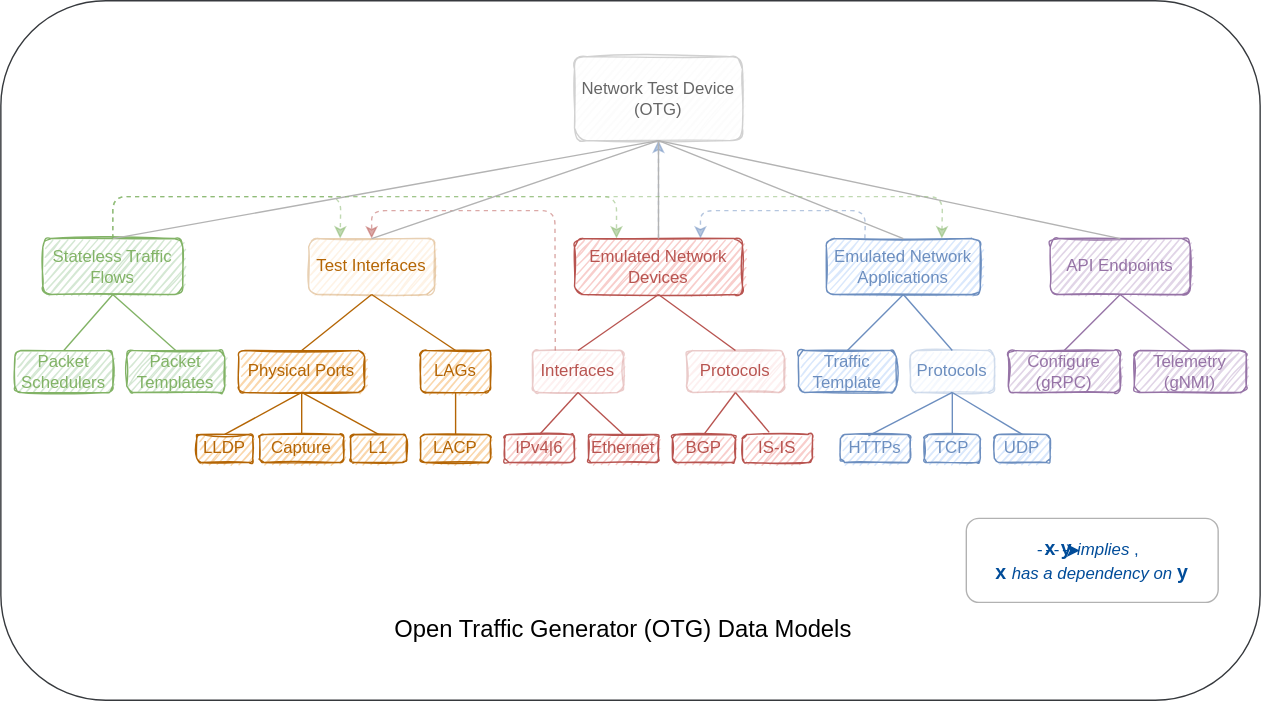
Earlier version of the draw.io export docs/overview.drawio.svg (open-traffic-generator/models). Source tidied: cells renumbered, new cells last; positions are measured from the earlier drawing's top-left corner, leaving out a move shared by most shapes.
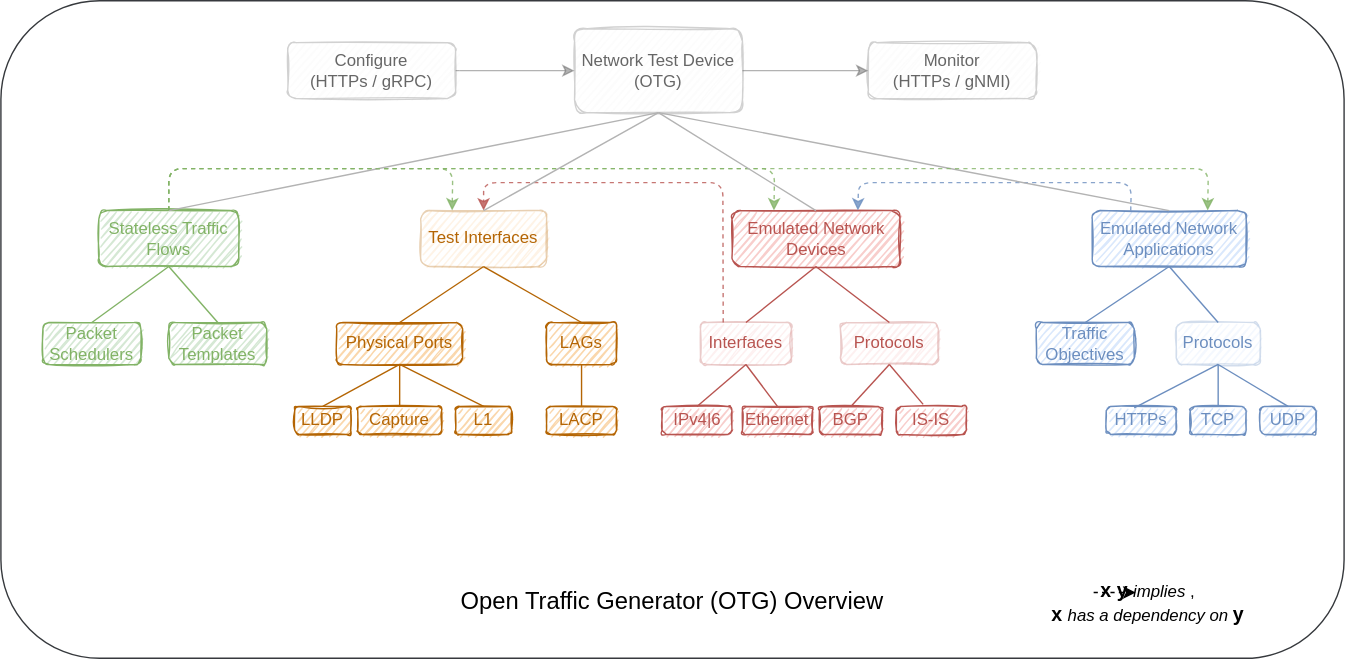
After the commit.

Commit message:
removed API endpoints

Diff of the diagram source:
```diff
@@ -5,46 +5,31 @@
     <mxCell id="2" style="rounded=1;whiteSpace=wrap;html=1;fillColor=#FFFFFF;strokeColor=#36393d;" parent="1" vertex="1">
-      <mxGeometry width="900" height="500" as="geometry" />
+      <mxGeometry x="-20" y="20" width="960" height="470" as="geometry" />
     </mxCell>
     <mxCell id="3" value="&lt;font color=&quot;#666666&quot;&gt;Network Test Device (OTG)&lt;/font&gt;" style="rounded=1;whiteSpace=wrap;html=1;fillColor=#f5f5f5;strokeColor=#666666;sketch=1;fontColor=#333333;opacity=30;" parent="1" vertex="1">
-      <mxGeometry x="410" y="40" width="120" height="60" as="geometry" />
+      <mxGeometry x="390" y="40" width="120" height="60" as="geometry" />
     </mxCell>
     <mxCell id="4" value="&lt;font color=&quot;#b46504&quot;&gt;Physical Ports&lt;br&gt;&lt;/font&gt;" style="rounded=1;whiteSpace=wrap;html=1;fillColor=#fad7ac;strokeColor=#b46504;sketch=1;" parent="1" vertex="1">
-      <mxGeometry x="170" y="250" width="90" height="30" as="geometry" />
+      <mxGeometry x="220" y="250" width="90" height="30" as="geometry" />
     </mxCell>
     <mxCell id="5" value="&lt;font color=&quot;#b46504&quot;&gt;LAGs&lt;/font&gt;" style="rounded=1;whiteSpace=wrap;html=1;fillColor=#fad7ac;strokeColor=#b46504;sketch=1;" parent="1" vertex="1">
-      <mxGeometry x="300" y="250" width="50" height="30" as="geometry" />
+      <mxGeometry x="370" y="250" width="50" height="30" as="geometry" />
     </mxCell>
-    <mxCell id="6" style="edgeStyle=none;html=1;dashed=1;fontSize=12;fontColor=#999999;strokeColor=#6C8EBF;opacity=50;" parent="1" edge="1" source="7" target="3">
-      <mxGeometry relative="1" as="geometry" />
-    </mxCell>
     <mxCell id="7" value="&lt;font color=&quot;#b85450&quot;&gt;Emulated Network Devices&lt;/font&gt;" style="rounded=1;whiteSpace=wrap;html=1;fillColor=#f8cecc;strokeColor=#b85450;sketch=1;" parent="1" vertex="1">
-      <mxGeometry x="410" y="170" width="120" height="40" as="geometry" />
+      <mxGeometry x="502.5" y="170" width="120" height="40" as="geometry" />
     </mxCell>
-    <mxCell id="8" value="&lt;font color=&quot;#9673a6&quot;&gt;API Endpoints&lt;/font&gt;" style="rounded=1;whiteSpace=wrap;html=1;fillColor=#e1d5e7;strokeColor=#9673a6;sketch=1;" parent="1" vertex="1">
-      <mxGeometry x="750" y="170" width="100" height="40" as="geometry" />
-    </mxCell>
     <mxCell id="9" value="&lt;font color=&quot;#b46504&quot;&gt;LLDP&lt;/font&gt;" style="rounded=1;whiteSpace=wrap;html=1;fillColor=#fad7ac;strokeColor=#b46504;sketch=1;" parent="1" vertex="1">
-      <mxGeometry x="140" y="310" width="40" height="20" as="geometry" />
+      <mxGeometry x="190" y="310" width="40" height="20" as="geometry" />
     </mxCell>
     <mxCell id="10" value="&lt;font color=&quot;#b46504&quot;&gt;LACP&lt;/font&gt;" style="rounded=1;whiteSpace=wrap;html=1;fillColor=#fad7ac;strokeColor=#b46504;sketch=1;" parent="1" vertex="1">
-      <mxGeometry x="300" y="310" width="50" height="20" as="geometry" />
+      <mxGeometry x="370" y="310" width="50" height="20" as="geometry" />
     </mxCell>
-    <mxCell id="11" value="&lt;font color=&quot;#9673a6&quot;&gt;Configure&lt;br&gt;(gRPC)&lt;/font&gt;" style="rounded=1;whiteSpace=wrap;html=1;fillColor=#e1d5e7;strokeColor=#9673a6;sketch=1;" parent="1" vertex="1">
-      <mxGeometry x="720" y="250" width="80" height="30" as="geometry" />
-    </mxCell>
-    <mxCell id="12" value="&lt;font color=&quot;#9673a6&quot;&gt;Telemetry&lt;br&gt;(gNMI)&lt;/font&gt;" style="rounded=1;whiteSpace=wrap;html=1;fillColor=#e1d5e7;strokeColor=#9673a6;sketch=1;" parent="1" vertex="1">
-      <mxGeometry x="810" y="250" width="80" height="30" as="geometry" />
-    </mxCell>
     <mxCell id="13" value="&lt;font color=&quot;#b85450&quot;&gt;Interfaces&lt;/font&gt;" style="rounded=1;whiteSpace=wrap;html=1;fillColor=#f8cecc;strokeColor=#b85450;sketch=1;opacity=30;" parent="1" vertex="1">
-      <mxGeometry x="380" y="250" width="65" height="30" as="geometry" />
+      <mxGeometry x="480" y="250" width="65" height="30" as="geometry" />
     </mxCell>
     <mxCell id="14" value="&lt;font color=&quot;#b85450&quot;&gt;Protocols&lt;/font&gt;" style="rounded=1;whiteSpace=wrap;html=1;fillColor=#f8cecc;strokeColor=#b85450;sketch=1;opacity=30;" parent="1" vertex="1">
-      <mxGeometry x="490" y="250" width="70" height="30" as="geometry" />
+      <mxGeometry x="580" y="250" width="70" height="30" as="geometry" />
     </mxCell>
     <mxCell id="15" value="&lt;font color=&quot;#82b366&quot;&gt;Stateless Traffic&lt;br&gt;Flows&lt;br&gt;&lt;/font&gt;" style="rounded=1;whiteSpace=wrap;html=1;fillColor=#d5e8d4;strokeColor=#82b366;sketch=1;" parent="1" vertex="1">
-      <mxGeometry x="30" y="170" width="100" height="40" as="geometry" />
+      <mxGeometry x="50" y="170" width="100" height="40" as="geometry" />
     </mxCell>
-    <mxCell id="16" style="endArrow=none;html=1;fontColor=#82B366;strokeColor=#B3B3B3;entryX=0.5;entryY=1;entryDx=0;entryDy=0;exitX=0.5;exitY=0;exitDx=0;exitDy=0;" parent="1" edge="1" source="7" target="3">
-      <mxGeometry relative="1" as="geometry" />
-    </mxCell>
     <mxCell id="17" style="endArrow=none;html=1;fontColor=#82B366;strokeColor=#B46504;entryX=0.5;entryY=1;entryDx=0;entryDy=0;exitX=0.5;exitY=0;exitDx=0;exitDy=0;" parent="1" edge="1" source="9" target="4">
@@ -58,8 +43,2 @@
     </mxCell>
-    <mxCell id="20" style="endArrow=none;html=1;fontColor=#82B366;strokeColor=#9673A6;entryX=0.5;entryY=1;entryDx=0;entryDy=0;exitX=0.5;exitY=0;exitDx=0;exitDy=0;" parent="1" edge="1" source="11" target="8">
-      <mxGeometry relative="1" as="geometry" />
-    </mxCell>
-    <mxCell id="21" style="endArrow=none;html=1;fontColor=#82B366;strokeColor=#9673A6;entryX=0.5;entryY=1;entryDx=0;entryDy=0;exitX=0.5;exitY=0;exitDx=0;exitDy=0;" parent="1" edge="1" source="12" target="8">
-      <mxGeometry relative="1" as="geometry" />
-    </mxCell>
     <mxCell id="22" style="endArrow=none;html=1;fontColor=#82B366;strokeColor=#B46504;entryX=0.5;entryY=1;entryDx=0;entryDy=0;exitX=0.5;exitY=0;exitDx=0;exitDy=0;" parent="1" edge="1" source="10" target="5">
@@ -68,6 +47,6 @@
     <mxCell id="23" value="&lt;font color=&quot;#b85450&quot;&gt;BGP&lt;/font&gt;" style="rounded=1;whiteSpace=wrap;html=1;fillColor=#f8cecc;strokeColor=#b85450;sketch=1;" parent="1" vertex="1">
-      <mxGeometry x="480" y="310" width="45" height="20" as="geometry" />
+      <mxGeometry x="565" y="310" width="45" height="20" as="geometry" />
     </mxCell>
     <mxCell id="24" value="&lt;font color=&quot;#b85450&quot;&gt;IS-IS&lt;/font&gt;" style="rounded=1;whiteSpace=wrap;html=1;fillColor=#f8cecc;strokeColor=#b85450;sketch=1;" parent="1" vertex="1">
-      <mxGeometry x="530" y="310" width="50" height="20" as="geometry" />
+      <mxGeometry x="620" y="310" width="50" height="20" as="geometry" />
     </mxCell>
@@ -79,10 +58,10 @@
     </mxCell>
-    <mxCell id="27" value="&lt;font color=&quot;#000000&quot; style=&quot;font-size: 17px&quot;&gt;Open Traffic Generator (OTG) Data Models&lt;/font&gt;" style="text;html=1;strokeColor=none;fillColor=none;align=center;verticalAlign=middle;whiteSpace=wrap;rounded=0;fontColor=#82B366;" parent="1" vertex="1">
-      <mxGeometry x="280" y="420" width="330" height="60" as="geometry" />
+    <mxCell id="27" value="&lt;font color=&quot;#000000&quot; style=&quot;font-size: 17px&quot;&gt;Open Traffic Generator (OTG) Overview&lt;/font&gt;" style="text;html=1;strokeColor=none;fillColor=none;align=center;verticalAlign=middle;whiteSpace=wrap;rounded=0;fontColor=#82B366;" parent="1" vertex="1">
+      <mxGeometry x="295" y="420" width="330" height="60" as="geometry" />
     </mxCell>
-    <mxCell id="28" style="endArrow=classic;html=1;strokeColor=#82B366;dashed=1;entryX=0.25;entryY=0;entryDx=0;entryDy=0;opacity=50;exitX=0.5;exitY=0;exitDx=0;exitDy=0;" parent="1" edge="1" source="15" target="7">
+    <mxCell id="28" style="endArrow=classic;html=1;strokeColor=#82B366;dashed=1;entryX=0.25;entryY=0;entryDx=0;entryDy=0;opacity=80;exitX=0.5;exitY=0;exitDx=0;exitDy=0;" parent="1" edge="1" source="15" target="7">
       <mxGeometry relative="1" as="geometry">
         <Array as="points">
-          <mxPoint x="80" y="140" />
-          <mxPoint x="440" y="140" />
+          <mxPoint x="100" y="140" />
+          <mxPoint x="533" y="140" />
         </Array>
@@ -91,12 +70,12 @@
     <mxCell id="29" value="&lt;font color=&quot;#b46504&quot;&gt;L1&lt;/font&gt;" style="rounded=1;whiteSpace=wrap;html=1;fillColor=#fad7ac;strokeColor=#b46504;sketch=1;" parent="1" vertex="1">
-      <mxGeometry x="250" y="310" width="40" height="20" as="geometry" />
+      <mxGeometry x="305" y="310" width="40" height="20" as="geometry" />
     </mxCell>
     <mxCell id="30" value="&lt;font color=&quot;#6c8ebf&quot;&gt;Emulated Network&lt;br&gt;Applications&lt;br&gt;&lt;/font&gt;" style="rounded=1;whiteSpace=wrap;html=1;fillColor=#dae8fc;strokeColor=#6c8ebf;sketch=1;" parent="1" vertex="1">
-      <mxGeometry x="590" y="170" width="110" height="40" as="geometry" />
+      <mxGeometry x="760" y="170" width="110" height="40" as="geometry" />
     </mxCell>
-    <mxCell id="31" style="endArrow=classic;html=1;exitX=0.25;exitY=0;exitDx=0;exitDy=0;strokeColor=#6C8EBF;dashed=1;entryX=0.75;entryY=0;entryDx=0;entryDy=0;opacity=50;" parent="1" edge="1" source="30" target="7">
+    <mxCell id="31" style="endArrow=classic;html=1;exitX=0.25;exitY=0;exitDx=0;exitDy=0;strokeColor=#6C8EBF;dashed=1;entryX=0.75;entryY=0;entryDx=0;entryDy=0;opacity=80;" parent="1" edge="1" source="30" target="7">
       <mxGeometry relative="1" as="geometry">
         <Array as="points">
-          <mxPoint x="618" y="150" />
-          <mxPoint x="500" y="150" />
+          <mxPoint x="788" y="150" />
+          <mxPoint x="593" y="150" />
         </Array>
@@ -107,7 +86,7 @@
     </mxCell>
-    <mxCell id="33" style="endArrow=classic;html=1;entryX=0.5;entryY=0;entryDx=0;entryDy=0;exitX=0.25;exitY=0;exitDx=0;exitDy=0;strokeColor=#B85450;dashed=1;opacity=50;" parent="1" edge="1" source="13" target="34">
+    <mxCell id="33" style="endArrow=classic;html=1;entryX=0.5;entryY=0;entryDx=0;entryDy=0;exitX=0.25;exitY=0;exitDx=0;exitDy=0;strokeColor=#B85450;dashed=1;opacity=80;" parent="1" edge="1" source="13" target="34">
       <mxGeometry relative="1" as="geometry">
         <Array as="points">
-          <mxPoint x="396" y="150" />
-          <mxPoint x="265" y="150" />
+          <mxPoint x="496" y="150" />
+          <mxPoint x="325" y="150" />
         </Array>
@@ -116,3 +95,3 @@
     <mxCell id="34" value="&lt;font color=&quot;#b46504&quot;&gt;Test Interfaces&lt;br&gt;&lt;/font&gt;" style="rounded=1;whiteSpace=wrap;html=1;fillColor=#fad7ac;strokeColor=#b46504;sketch=1;opacity=30;" parent="1" vertex="1">
-      <mxGeometry x="220" y="170" width="90" height="40" as="geometry" />
+      <mxGeometry x="280" y="170" width="90" height="40" as="geometry" />
     </mxCell>
@@ -124,9 +103,9 @@
     </mxCell>
-    <mxCell id="37" value="&lt;font color=&quot;#004c99&quot;&gt;&lt;b style=&quot;font-size: 14px&quot;&gt;&lt;font style=&quot;font-size: 14px&quot;&gt;x&lt;/font&gt;&lt;span style=&quot;font-size: 13px&quot;&gt;&amp;nbsp; &amp;nbsp; &amp;nbsp; &amp;nbsp; &amp;nbsp; &amp;nbsp; &lt;/span&gt;&lt;font style=&quot;font-size: 14px&quot;&gt;y &lt;/font&gt;&lt;/b&gt;&lt;font style=&quot;font-size: 12px&quot;&gt;&lt;i&gt;implies&lt;/i&gt;,&lt;/font&gt;&lt;/font&gt;&lt;font color=&quot;#004c99&quot;&gt;&lt;span style=&quot;font-size: 14px&quot;&gt;&amp;nbsp;&lt;/span&gt;&lt;br&gt;&lt;b style=&quot;font-size: 14px&quot;&gt;x&lt;/b&gt; &lt;font style=&quot;font-style: italic ; font-size: 12px&quot;&gt;has a dependency on&lt;/font&gt; &lt;b style=&quot;font-size: 14px&quot;&gt;&lt;font style=&quot;font-size: 14px&quot;&gt;y&lt;/font&gt;&lt;/b&gt;&lt;/font&gt;" style="rounded=1;whiteSpace=wrap;html=1;opacity=30;fillColor=none;" parent="1" vertex="1">
-      <mxGeometry x="690" y="370" width="180" height="60" as="geometry" />
+    <mxCell id="37" value="&lt;font color=&quot;#000000&quot;&gt;&lt;b&gt;&lt;font style=&quot;font-size: 14px&quot;&gt;x&lt;/font&gt;&lt;font style=&quot;font-size: 13px&quot;&gt;&amp;nbsp; &amp;nbsp; &amp;nbsp; &amp;nbsp; &amp;nbsp; &amp;nbsp;&amp;nbsp;&lt;/font&gt;&lt;font style=&quot;font-size: 14px&quot;&gt;y &lt;/font&gt;&lt;/b&gt;&lt;font style=&quot;font-size: 12px&quot;&gt;&lt;i&gt;implies&lt;/i&gt;,&lt;/font&gt;&lt;span style=&quot;font-size: 14px&quot;&gt;&amp;nbsp;&lt;/span&gt;&lt;br&gt;&lt;b style=&quot;font-size: 14px&quot;&gt;x&lt;/b&gt; &lt;font style=&quot;font-style: italic ; font-size: 12px&quot;&gt;has a dependency on&lt;/font&gt; &lt;b style=&quot;font-size: 14px&quot;&gt;&lt;font style=&quot;font-size: 14px&quot;&gt;y&lt;/font&gt;&lt;/b&gt;&lt;/font&gt;" style="rounded=1;whiteSpace=wrap;html=1;opacity=30;fillColor=none;strokeColor=none;" parent="1" vertex="1">
+      <mxGeometry x="710" y="420" width="180" height="60" as="geometry" />
     </mxCell>
-    <mxCell id="38" style="endArrow=classic;html=1;exitX=1;exitY=0.5;exitDx=0;exitDy=0;strokeColor=#004C99;dashed=1;entryX=0;entryY=0.5;entryDx=0;entryDy=0;" parent="1" edge="1">
+    <mxCell id="38" style="endArrow=classic;html=1;exitX=1;exitY=0.5;exitDx=0;exitDy=0;strokeColor=#000000;dashed=1;entryX=0;entryY=0.5;entryDx=0;entryDy=0;" parent="1" edge="1">
       <mxGeometry relative="1" as="geometry">
-        <mxPoint x="741" y="393" as="sourcePoint" />
-        <mxPoint x="771" y="393" as="targetPoint" />
+        <mxPoint x="761" y="443" as="sourcePoint" />
+        <mxPoint x="791" y="443" as="targetPoint" />
       </mxGeometry>
@@ -134,3 +113,3 @@
     <mxCell id="39" value="&lt;font color=&quot;#b46504&quot;&gt;Capture&lt;/font&gt;" style="rounded=1;whiteSpace=wrap;html=1;fillColor=#fad7ac;strokeColor=#b46504;sketch=1;" parent="1" vertex="1">
-      <mxGeometry x="185" y="310" width="60" height="20" as="geometry" />
+      <mxGeometry x="235" y="310" width="60" height="20" as="geometry" />
     </mxCell>
@@ -140,6 +119,6 @@
     <mxCell id="41" value="&lt;font color=&quot;#b85450&quot;&gt;IPv4|6&lt;/font&gt;" style="rounded=1;whiteSpace=wrap;html=1;fillColor=#f8cecc;strokeColor=#b85450;sketch=1;" parent="1" vertex="1">
-      <mxGeometry x="360" y="310" width="50" height="20" as="geometry" />
+      <mxGeometry x="452.5" y="310" width="50" height="20" as="geometry" />
     </mxCell>
     <mxCell id="42" value="&lt;font color=&quot;#b85450&quot;&gt;Ethernet&lt;/font&gt;" style="rounded=1;whiteSpace=wrap;html=1;fillColor=#f8cecc;strokeColor=#b85450;sketch=1;" parent="1" vertex="1">
-      <mxGeometry x="420" y="310" width="50" height="20" as="geometry" />
+      <mxGeometry x="510" y="310" width="50" height="20" as="geometry" />
     </mxCell>
@@ -152,3 +131,3 @@
     <mxCell id="45" value="&lt;font color=&quot;#82b366&quot;&gt;Packet Templates&lt;br&gt;&lt;/font&gt;" style="rounded=1;whiteSpace=wrap;html=1;fillColor=#d5e8d4;strokeColor=#82b366;sketch=1;" parent="1" vertex="1">
-      <mxGeometry x="90" y="250" width="70" height="30" as="geometry" />
+      <mxGeometry x="100" y="250" width="70" height="30" as="geometry" />
     </mxCell>
@@ -164,12 +143,12 @@
     <mxCell id="49" value="&lt;font color=&quot;#6c8ebf&quot;&gt;Protocols&lt;br&gt;&lt;/font&gt;" style="rounded=1;whiteSpace=wrap;html=1;fillColor=#dae8fc;strokeColor=#6c8ebf;sketch=1;opacity=30;" parent="1" vertex="1">
-      <mxGeometry x="650" y="250" width="60" height="30" as="geometry" />
+      <mxGeometry x="820" y="250" width="60" height="30" as="geometry" />
     </mxCell>
-    <mxCell id="50" value="&lt;font color=&quot;#6c8ebf&quot;&gt;Traffic&lt;br&gt;Template&lt;br&gt;&lt;/font&gt;" style="rounded=1;whiteSpace=wrap;html=1;fillColor=#dae8fc;strokeColor=#6c8ebf;sketch=1;" parent="1" vertex="1">
-      <mxGeometry x="570" y="250" width="70" height="30" as="geometry" />
+    <mxCell id="50" value="&lt;font color=&quot;#6c8ebf&quot;&gt;Traffic&lt;br&gt;Objectives&lt;br&gt;&lt;/font&gt;" style="rounded=1;whiteSpace=wrap;html=1;fillColor=#dae8fc;strokeColor=#6c8ebf;sketch=1;" parent="1" vertex="1">
+      <mxGeometry x="720" y="250" width="70" height="30" as="geometry" />
     </mxCell>
-    <mxCell id="51" style="endArrow=classic;html=1;strokeColor=#82B366;dashed=1;entryX=0.25;entryY=0;entryDx=0;entryDy=0;opacity=50;exitX=0.5;exitY=0;exitDx=0;exitDy=0;" parent="1" edge="1" source="15" target="34">
+    <mxCell id="51" style="endArrow=classic;html=1;strokeColor=#82B366;dashed=1;entryX=0.25;entryY=0;entryDx=0;entryDy=0;opacity=80;exitX=0.5;exitY=0;exitDx=0;exitDy=0;" parent="1" edge="1" source="15" target="34">
       <mxGeometry relative="1" as="geometry">
         <Array as="points">
-          <mxPoint x="80" y="140" />
-          <mxPoint x="243" y="140" />
+          <mxPoint x="100" y="140" />
+          <mxPoint x="303" y="140" />
         </Array>
@@ -189,5 +168,2 @@
     </mxCell>
-    <mxCell id="56" style="endArrow=none;html=1;fontColor=#82B366;strokeColor=#B3B3B3;entryX=0.5;entryY=1;entryDx=0;entryDy=0;exitX=0.5;exitY=0;exitDx=0;exitDy=0;" parent="1" edge="1" source="8" target="3">
-      <mxGeometry relative="1" as="geometry" />
-    </mxCell>
     <mxCell id="57" style="endArrow=none;html=1;fontColor=#82B366;strokeColor=#B3B3B3;entryX=0.5;entryY=1;entryDx=0;entryDy=0;exitX=0.5;exitY=0;exitDx=0;exitDy=0;" parent="1" edge="1" source="30" target="3">
@@ -196,6 +172,6 @@
     <mxCell id="58" value="&lt;font color=&quot;#6c8ebf&quot;&gt;HTTPs&lt;br&gt;&lt;/font&gt;" style="rounded=1;whiteSpace=wrap;html=1;fillColor=#dae8fc;strokeColor=#6c8ebf;sketch=1;" parent="1" vertex="1">
-      <mxGeometry x="600" y="310" width="50" height="20" as="geometry" />
+      <mxGeometry x="770" y="310" width="50" height="20" as="geometry" />
     </mxCell>
     <mxCell id="59" value="&lt;font color=&quot;#6c8ebf&quot;&gt;TCP&lt;br&gt;&lt;/font&gt;" style="rounded=1;whiteSpace=wrap;html=1;fillColor=#dae8fc;strokeColor=#6c8ebf;sketch=1;" parent="1" vertex="1">
-      <mxGeometry x="660" y="310" width="40" height="20" as="geometry" />
+      <mxGeometry x="830" y="310" width="40" height="20" as="geometry" />
     </mxCell>
@@ -204,9 +180,7 @@
     </mxCell>
-    <mxCell id="61" style="endArrow=none;html=1;fontColor=#82B366;strokeColor=#6C8EBF;exitX=0.5;exitY=0;exitDx=0;exitDy=0;" parent="1" edge="1" source="59">
-      <mxGeometry relative="1" as="geometry">
-        <mxPoint x="680" y="280" as="targetPoint" />
-      </mxGeometry>
+    <mxCell id="61" style="endArrow=none;html=1;fontColor=#82B366;strokeColor=#6C8EBF;exitX=0.5;exitY=0;exitDx=0;exitDy=0;entryX=0.5;entryY=1;entryDx=0;entryDy=0;" parent="1" edge="1" source="59" target="49">
+      <mxGeometry relative="1" as="geometry" />
     </mxCell>
     <mxCell id="62" value="&lt;font color=&quot;#6c8ebf&quot;&gt;UDP&lt;br&gt;&lt;/font&gt;" style="rounded=1;whiteSpace=wrap;html=1;fillColor=#dae8fc;strokeColor=#6c8ebf;sketch=1;" parent="1" vertex="1">
-      <mxGeometry x="710" y="310" width="40" height="20" as="geometry" />
+      <mxGeometry x="880" y="310" width="40" height="20" as="geometry" />
     </mxCell>
@@ -215,8 +189,7 @@
     </mxCell>
-    <mxCell id="64" style="endArrow=classic;html=1;strokeColor=#82B366;dashed=1;entryX=0.75;entryY=0;entryDx=0;entryDy=0;opacity=50;" parent="1" edge="1" target="30">
+    <mxCell id="64" style="endArrow=classic;html=1;strokeColor=#82B366;dashed=1;entryX=0.75;entryY=0;entryDx=0;entryDy=0;opacity=80;exitX=0.5;exitY=0;exitDx=0;exitDy=0;" parent="1" edge="1" source="15" target="30">
       <mxGeometry relative="1" as="geometry">
-        <mxPoint x="80" y="170" as="sourcePoint" />
         <Array as="points">
-          <mxPoint x="80" y="140" />
-          <mxPoint x="673" y="140" />
+          <mxPoint x="100" y="140" />
+          <mxPoint x="843" y="140" />
         </Array>
@@ -224,2 +197,19 @@
     </mxCell>
+    <mxCell id="65" style="endArrow=classic;html=1;entryX=0;entryY=0.5;entryDx=0;entryDy=0;exitX=1;exitY=0.5;exitDx=0;exitDy=0;strokeColor=#666666;opacity=50;" parent="1" edge="1" source="67" target="3">
+      <mxGeometry relative="1" as="geometry" />
+    </mxCell>
+    <mxCell id="66" style="endArrow=classic;html=1;entryX=0;entryY=0.5;entryDx=0;entryDy=0;exitX=1;exitY=0.5;exitDx=0;exitDy=0;strokeColor=#666666;opacity=50;" parent="1" edge="1" source="3">
+      <mxGeometry relative="1" as="geometry">
+        <mxPoint x="600" y="70" as="targetPoint" />
+      </mxGeometry>
+    </mxCell>
+    <mxCell id="67" value="&lt;font color=&quot;#666666&quot;&gt;Configure&lt;br&gt;(HTTPs / gRPC)&lt;br&gt;&lt;/font&gt;" style="rounded=1;whiteSpace=wrap;html=1;fillColor=#f5f5f5;strokeColor=#666666;sketch=1;fontColor=#333333;opacity=30;" parent="1" vertex="1">
+      <mxGeometry x="185" y="50" width="120" height="40" as="geometry" />
+    </mxCell>
+    <mxCell id="68" value="&lt;font color=&quot;#666666&quot;&gt;Monitor&lt;br&gt;(HTTPs / gNMI)&lt;br&gt;&lt;/font&gt;" style="rounded=1;whiteSpace=wrap;html=1;fillColor=#f5f5f5;strokeColor=#666666;sketch=1;fontColor=#333333;opacity=30;" parent="1" vertex="1">
+      <mxGeometry x="600" y="50" width="120" height="40" as="geometry" />
+    </mxCell>
+    <mxCell id="69" style="endArrow=none;html=1;fontColor=#82B366;strokeColor=#B3B3B3;exitX=0.5;exitY=0;exitDx=0;exitDy=0;entryX=0.5;entryY=1;entryDx=0;entryDy=0;" parent="1" edge="1" source="7" target="3">
+      <mxGeometry relative="1" as="geometry" />
+    </mxCell>
   </root>
```
